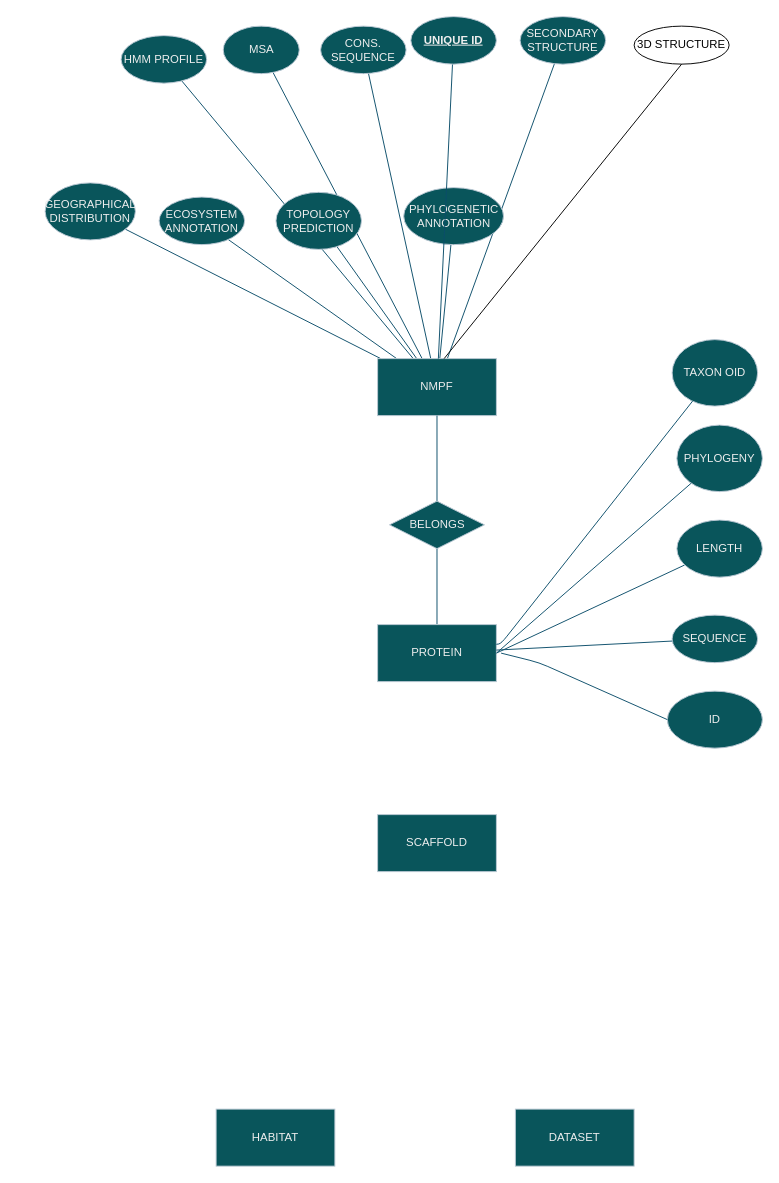
This is Ανώνυμο διάγραμμα.drawio from IceGreb/db_project, a draw.io file, before an edit. Source tidied: cells renumbered, new cells numbered last; positions are measured from the earlier drawing's top-left corner, leaving out a move shared by most shapes. Both pictures are drawn from the tidied source at 95%, with x=0, y=0 at pixel (45, 16).
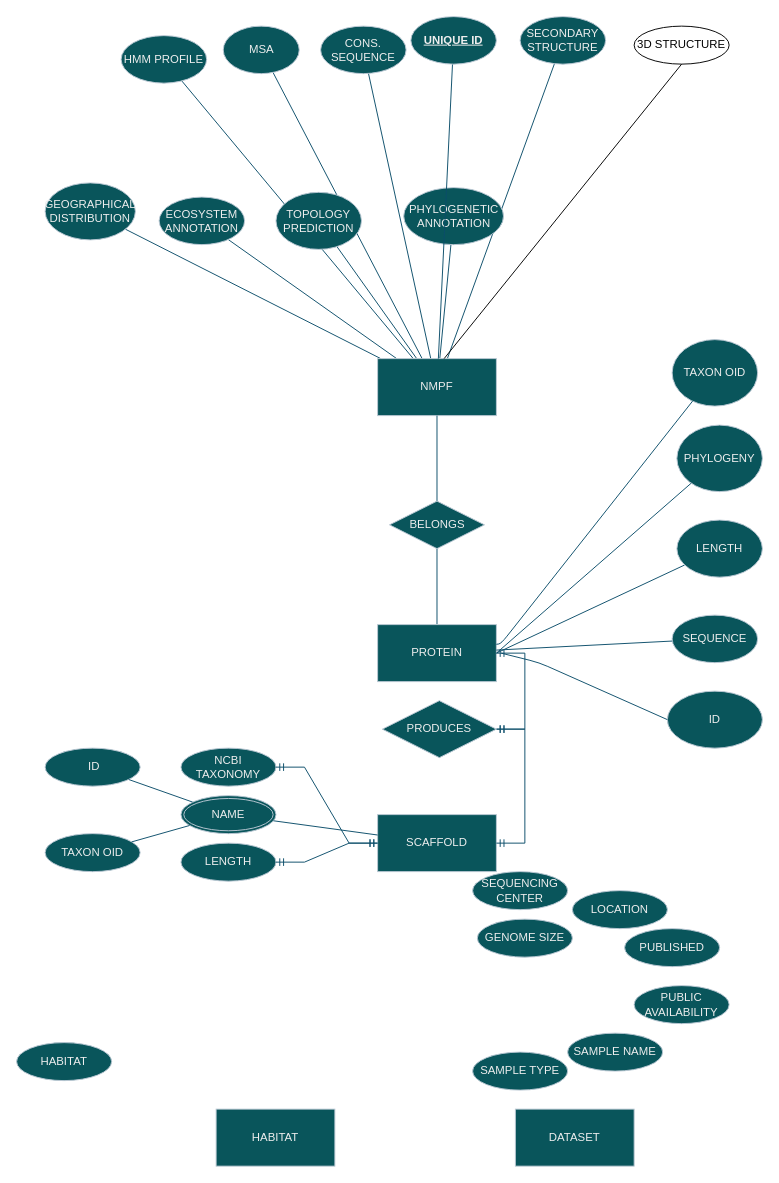
After the change.

The change refers to these unchanged cells:
```xml
<mxCell id="23" value="&lt;div&gt;PROTEIN&lt;/div&gt;" style="rounded=0;whiteSpace=wrap;html=1;labelBackgroundColor=none;fillColor=#09555B;strokeColor=#BAC8D3;fontColor=#EEEEEE;" parent="1" vertex="1">
  <mxGeometry x="350" y="640" width="125" height="60" as="geometry" />
</mxCell>
<mxCell id="36" value="SCAFFOLD" style="rounded=0;whiteSpace=wrap;html=1;strokeColor=#BAC8D3;fontColor=#EEEEEE;fillColor=#09555B;" parent="1" vertex="1">
  <mxGeometry x="350" y="840" width="125" height="60" as="geometry" />
</mxCell>
```

The edit, as a diff of the source:
```diff
@@
+    <mxCell id="40" value="NAME" style="ellipse;shape=doubleEllipse;margin=3;whiteSpace=wrap;html=1;align=center;strokeColor=#BAC8D3;fontColor=#EEEEEE;fillColor=#09555B;" parent="1" vertex="1">
+      <mxGeometry x="143" y="820" width="100" height="40" as="geometry" />
+    </mxCell>
@@
+    <mxCell id="41" style="endArrow=none;html=1;rounded=0;strokeColor=#0B4D6A;" parent="1" edge="1" source="36" target="40">
+      <mxGeometry relative="1" as="geometry" />
+    </mxCell>
@@
+    <mxCell id="42" value="TAXON OID" style="ellipse;whiteSpace=wrap;html=1;align=center;strokeColor=#BAC8D3;fontColor=#EEEEEE;fillColor=#09555B;" parent="1" vertex="1">
+      <mxGeometry y="860" width="100" height="40" as="geometry" />
+    </mxCell>
+    <mxCell id="43" value="&amp;nbsp;ID" style="ellipse;whiteSpace=wrap;html=1;align=center;strokeColor=#BAC8D3;fontColor=#EEEEEE;fillColor=#09555B;" parent="1" vertex="1">
+      <mxGeometry y="770" width="100" height="40" as="geometry" />
+    </mxCell>
+    <mxCell id="44" style="endArrow=none;html=1;rounded=0;strokeColor=#0B4D6A;" parent="1" edge="1" source="43" target="40">
+      <mxGeometry relative="1" as="geometry" />
+    </mxCell>
+    <mxCell id="45" style="endArrow=none;html=1;rounded=0;strokeColor=#0B4D6A;" parent="1" edge="1" source="42" target="40">
+      <mxGeometry relative="1" as="geometry" />
+    </mxCell>
+    <mxCell id="46" value="LENGTH" style="ellipse;whiteSpace=wrap;html=1;align=center;strokeColor=#BAC8D3;fontColor=#EEEEEE;fillColor=#09555B;" parent="1" vertex="1">
+      <mxGeometry x="143" y="870" width="100" height="40" as="geometry" />
+    </mxCell>
+    <mxCell id="47" style="edgeStyle=entityRelationEdgeStyle;fontSize=12;html=1;endArrow=ERmandOne;startArrow=ERmandOne;rounded=0;strokeColor=#0B4D6A;" parent="1" edge="1" source="46" target="36">
+      <mxGeometry relative="1" as="geometry" />
+    </mxCell>
+    <mxCell id="48" value="NCBI TAXONOMY" style="ellipse;whiteSpace=wrap;html=1;align=center;strokeColor=#BAC8D3;fontColor=#EEEEEE;fillColor=#09555B;" parent="1" vertex="1">
+      <mxGeometry x="143" y="770" width="100" height="40" as="geometry" />
+    </mxCell>
+    <mxCell id="49" style="edgeStyle=entityRelationEdgeStyle;fontSize=12;html=1;endArrow=ERmandOne;startArrow=ERmandOne;rounded=0;strokeColor=#0B4D6A;" parent="1" edge="1" source="48" target="36">
+      <mxGeometry relative="1" as="geometry" />
+    </mxCell>
+    <mxCell id="50" style="edgeStyle=entityRelationEdgeStyle;fontSize=12;html=1;endArrow=ERmandOne;startArrow=ERmandOne;rounded=0;strokeColor=#0B4D6A;" parent="1" edge="1" source="52" target="23">
+      <mxGeometry relative="1" as="geometry" />
+    </mxCell>
+    <mxCell id="51" style="edgeStyle=entityRelationEdgeStyle;fontSize=12;html=1;endArrow=ERmandOne;startArrow=ERmandOne;rounded=0;strokeColor=#0B4D6A;" parent="1" edge="1" source="36" target="52">
+      <mxGeometry relative="1" as="geometry" />
+    </mxCell>
+    <mxCell id="52" value="PRODUCES" style="shape=rhombus;perimeter=rhombusPerimeter;whiteSpace=wrap;html=1;align=center;strokeColor=#BAC8D3;fontColor=#EEEEEE;fillColor=#09555B;" parent="1" vertex="1">
+      <mxGeometry x="355" y="720" width="120" height="60" as="geometry" />
+    </mxCell>
+    <mxCell id="53" value="SAMPLE NAME" style="ellipse;whiteSpace=wrap;html=1;align=center;strokeColor=#BAC8D3;fontColor=#EEEEEE;fillColor=#09555B;" parent="1" vertex="1">
+      <mxGeometry x="550" y="1070" width="100" height="40" as="geometry" />
+    </mxCell>
+    <mxCell id="54" value="SAMPLE TYPE" style="ellipse;whiteSpace=wrap;html=1;align=center;strokeColor=#BAC8D3;fontColor=#EEEEEE;fillColor=#09555B;" parent="1" vertex="1">
+      <mxGeometry x="450" y="1090" width="100" height="40" as="geometry" />
+    </mxCell>
+    <mxCell id="55" value="LOCATION" style="ellipse;whiteSpace=wrap;html=1;align=center;strokeColor=#BAC8D3;fontColor=#EEEEEE;fillColor=#09555B;" parent="1" vertex="1">
+      <mxGeometry x="555" y="920" width="100" height="40" as="geometry" />
+    </mxCell>
+    <mxCell id="56" value="&lt;div&gt;SEQUENCING CENTER&lt;/div&gt;" style="ellipse;whiteSpace=wrap;html=1;align=center;strokeColor=#BAC8D3;fontColor=#EEEEEE;fillColor=#09555B;" parent="1" vertex="1">
+      <mxGeometry x="450" y="900" width="100" height="40" as="geometry" />
+    </mxCell>
+    <mxCell id="57" value="HABITAT" style="ellipse;whiteSpace=wrap;html=1;align=center;strokeColor=#BAC8D3;fontColor=#EEEEEE;fillColor=#09555B;" parent="1" vertex="1">
+      <mxGeometry x="-30" y="1080" width="100" height="40" as="geometry" />
+    </mxCell>
+    <mxCell id="58" value="PUBLISHED" style="ellipse;whiteSpace=wrap;html=1;align=center;strokeColor=#BAC8D3;fontColor=#EEEEEE;fillColor=#09555B;" parent="1" vertex="1">
+      <mxGeometry x="610" y="960" width="100" height="40" as="geometry" />
+    </mxCell>
+    <mxCell id="59" value="PUBLIC AVAILABILITY" style="ellipse;whiteSpace=wrap;html=1;align=center;strokeColor=#BAC8D3;fontColor=#EEEEEE;fillColor=#09555B;" parent="1" vertex="1">
+      <mxGeometry x="620" y="1020" width="100" height="40" as="geometry" />
+    </mxCell>
+    <mxCell id="60" value="GENOME SIZE" style="ellipse;whiteSpace=wrap;html=1;align=center;strokeColor=#BAC8D3;fontColor=#EEEEEE;fillColor=#09555B;" parent="1" vertex="1">
+      <mxGeometry x="455" y="950" width="100" height="40" as="geometry" />
+    </mxCell>
```
